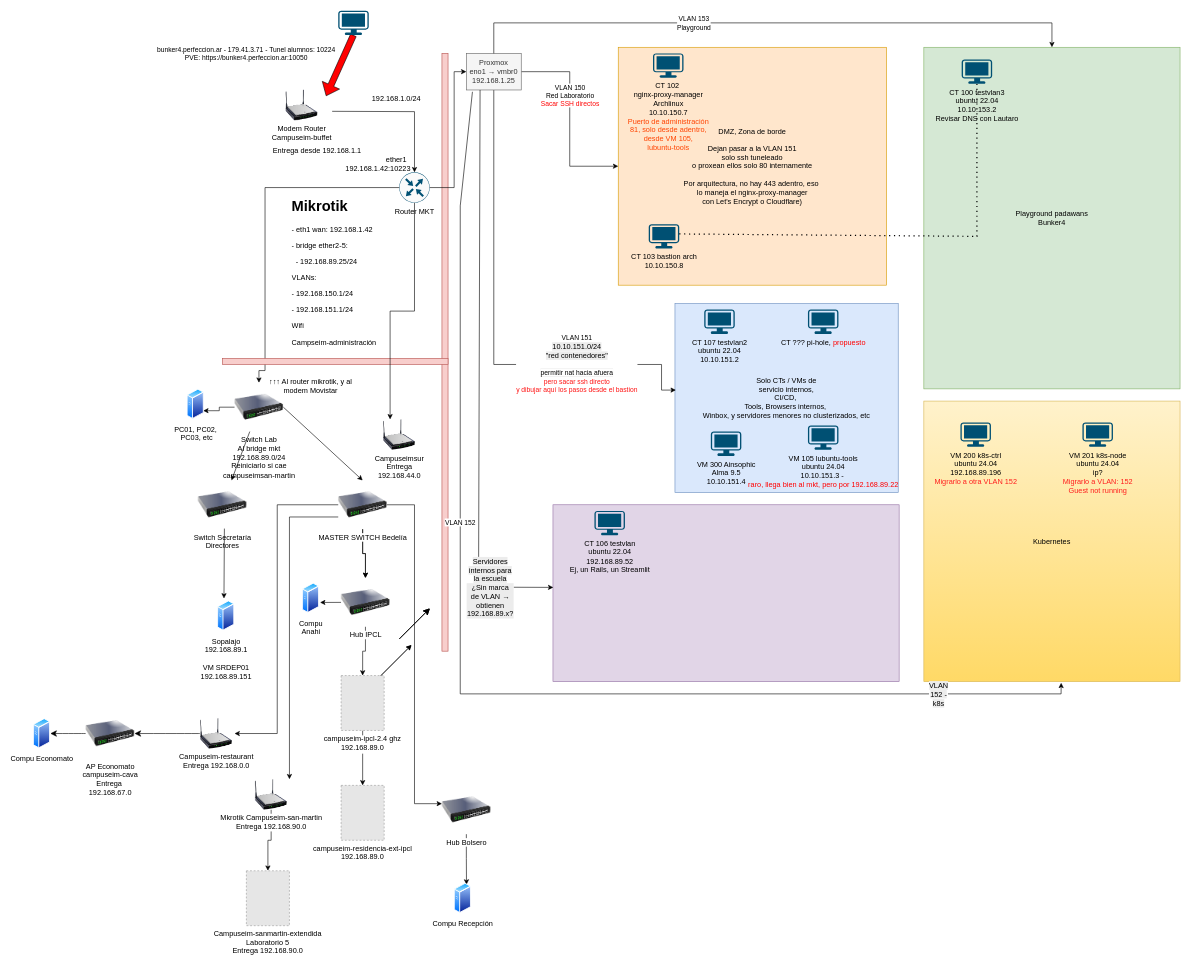
Earlier version of the draw.io diagram red proxmox.drawio (perfeccion-ar/infraestructura-clasica-y-avanzada). Source tidied: cells renumbered, new cells numbered last; positions are measured from the earlier drawing's top-left corner, leaving out a move shared by most shapes. Both pictures are drawn from the tidied source at 61%, with x=0, y=0 at pixel (33, 10). Pictures stored in the file or linked from it are replaced by grey dashed boxes.
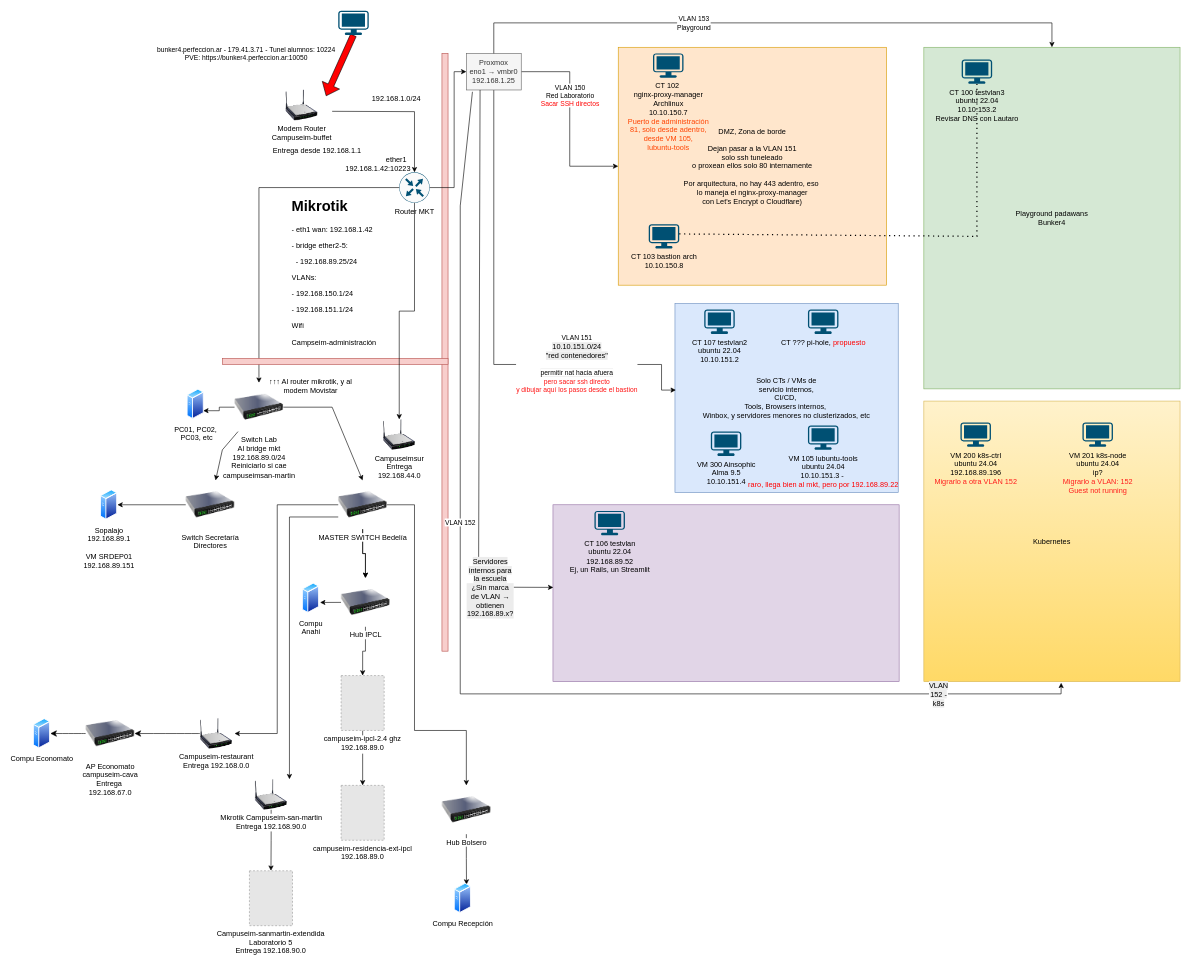
The same diagram, later.

Unchanged cells that the change refers to:
```xml
<mxCell id="8" value="Router MKT" style="sketch=0;points=[[0.5,0,0],[1,0.5,0],[0.5,1,0],[0,0.5,0],[0.145,0.145,0],[0.8555,0.145,0],[0.855,0.8555,0],[0.145,0.855,0]];verticalLabelPosition=bottom;html=1;verticalAlign=top;align=center;shape=mxgraph.cisco19.rect;prIcon=router;fillColor=#FAFAFA;strokeColor=#005073;" parent="1" vertex="1">
  <mxGeometry x="600" y="265" width="50" height="50" as="geometry" />
</mxCell>
<mxCell id="37" value="Campuseimsur&lt;div&gt;Entrega&lt;/div&gt;&lt;div&gt;192.168.44.0&lt;/div&gt;" style="image;html=1;image=img/lib/clip_art/networking/Wireless_Router_N_128x128.png;" parent="1" vertex="1">
  <mxGeometry x="570" y="670" width="60" height="50" as="geometry" />
</mxCell>
<mxCell id="41" value="Switch Lab&lt;div&gt;Al bridge mkt&lt;/div&gt;&lt;div&gt;192.168.89.0/24&lt;/div&gt;&lt;div&gt;Reiniciarlo si cae&lt;/div&gt;&lt;div&gt;campuseimsan-martin&lt;/div&gt;" style="image;html=1;image=img/lib/clip_art/networking/Switch_128x128.png;" parent="1" vertex="1">
  <mxGeometry x="330" y="610" width="80" height="80" as="geometry" />
</mxCell>
<mxCell id="50" value="MASTER SWITCH Bedelía" style="image;html=1;image=img/lib/clip_art/networking/Switch_128x128.png;" parent="1" vertex="1">
  <mxGeometry x="500" y="770" width="80" height="80" as="geometry" />
</mxCell>
<mxCell id="65" value="Hub Bolsero" style="image;html=1;image=img/lib/clip_art/networking/Switch_128x128.png;" parent="1" vertex="1">
  <mxGeometry x="670" y="1270" width="80" height="80" as="geometry" />
</mxCell>
```

What changed in the source:
```diff
@@
     <mxCell id="14" style="edgeStyle=orthogonalEdgeStyle;rounded=0;jettySize=auto;html=1;exitX=0;exitY=0.5;exitDx=0;exitDy=0;exitPerimeter=0;entryX=0.5;entryY=0;entryDx=0;entryDy=0;" parent="1" edge="1" source="8" target="41">
       <mxGeometry relative="1" as="geometry">
         <Array as="points">
-          <mxPoint x="380" y="290" />
-          <mxPoint x="380" y="590" />
-          <mxPoint x="370" y="590" />
+          <mxPoint x="370" y="290" />
         </Array>
       </mxGeometry>
     </mxCell>
@@
-    <mxCell id="40" style="edgeStyle=orthogonalEdgeStyle;rounded=0;jettySize=auto;html=1;exitX=0.5;exitY=1;exitDx=0;exitDy=0;entryX=0.25;entryY=0;entryDx=0;entryDy=0;exitPerimeter=0;" parent="1" edge="1" source="8" target="37">
+    <mxCell id="40" style="edgeStyle=orthogonalEdgeStyle;rounded=0;jettySize=auto;html=1;exitX=0.5;exitY=1;exitDx=0;exitDy=0;entryX=0.5;entryY=0;entryDx=0;entryDy=0;exitPerimeter=0;" parent="1" edge="1" source="8" target="37">
       <mxGeometry relative="1" as="geometry" />
     </mxCell>
@@
     <mxCell id="42" value="Sopalajo&lt;div&gt;&lt;font style=&quot;color: rgb(0, 0, 0);&quot;&gt;192.168.89.1&lt;/font&gt;&lt;/div&gt;&lt;div&gt;&lt;font style=&quot;color: rgb(0, 0, 0);&quot;&gt;&lt;br&gt;&lt;/font&gt;&lt;/div&gt;&lt;div&gt;&lt;font style=&quot;color: rgb(0, 0, 0);&quot;&gt;VM SRDEP01&lt;/font&gt;&lt;/div&gt;&lt;div&gt;&lt;font style=&quot;color: rgb(0, 0, 0);&quot;&gt;192.168.89.151&lt;/font&gt;&lt;/div&gt;" style="image;perimeter=ellipsePerimeter;html=1;align=center;shadow=0;dashed=0;spacingTop=3;image=img/lib/active_directory/generic_server.svg;" parent="1" vertex="1">
-      <mxGeometry x="302" y="967" width="28" height="50" as="geometry" />
+      <mxGeometry x="110" y="785" width="28" height="50" as="geometry" />
     </mxCell>
     <mxCell id="43" value="Switch Secretaría&lt;div&gt;Directores&lt;/div&gt;" style="image;html=1;image=img/lib/clip_art/networking/Switch_128x128.png;" parent="1" vertex="1">
-      <mxGeometry x="270" y="770" width="80" height="80" as="geometry" />
+      <mxGeometry x="250" y="770" width="80" height="80" as="geometry" />
     </mxCell>
     <mxCell id="44" style="endArrow=classic;html=1;rounded=0;" parent="1" edge="1" source="41" target="43">
-      <mxGeometry relative="1" as="geometry" />
+      <mxGeometry relative="1" as="geometry">
+        <Array as="points">
+          <mxPoint x="310" y="720" />
+        </Array>
+      </mxGeometry>
     </mxCell>
-    <mxCell id="45" style="endArrow=classic;html=1;rounded=0;exitX=0.542;exitY=0.988;exitDx=0;exitDy=0;exitPerimeter=0;entryX=0.381;entryY=-0.067;entryDx=0;entryDy=0;entryPerimeter=0;" parent="1" edge="1" source="43" target="42">
+    <mxCell id="45" style="endArrow=classic;html=1;rounded=0;exitX=0;exitY=0.5;exitDx=0;exitDy=0;entryX=1;entryY=0.5;entryDx=0;entryDy=0;" parent="1" edge="1" source="43" target="42">
       <mxGeometry relative="1" as="geometry" />
     </mxCell>
@@
     <mxCell id="51" style="endArrow=classic;html=1;rounded=0;exitX=1;exitY=0.5;exitDx=0;exitDy=0;entryX=0.5;entryY=0;entryDx=0;entryDy=0;" parent="1" edge="1" source="41" target="50">
-      <mxGeometry relative="1" as="geometry" />
+      <mxGeometry relative="1" as="geometry">
+        <Array as="points">
+          <mxPoint x="490" y="650" />
+        </Array>
+      </mxGeometry>
     </mxCell>
@@
-    <mxCell id="66" style="edgeStyle=orthogonalEdgeStyle;rounded=0;jettySize=auto;html=1;entryX=0;entryY=0.375;entryDx=0;entryDy=0;entryPerimeter=0;" parent="1" edge="1" source="50" target="65">
-      <mxGeometry relative="1" as="geometry" />
+    <mxCell id="66" style="edgeStyle=orthogonalEdgeStyle;rounded=0;jettySize=auto;html=1;entryX=0.5;entryY=0;entryDx=0;entryDy=0;" parent="1" edge="1" source="50" target="65">
+      <mxGeometry relative="1" as="geometry">
+        <Array as="points">
+          <mxPoint x="625" y="810" />
+          <mxPoint x="625" y="1180" />
+          <mxPoint x="710" y="1180" />
+        </Array>
+      </mxGeometry>
     </mxCell>
@@
     <mxCell id="70" value="Campuseim-sanmartin-extendida&#10;Laboratorio 5&#10;Entrega 192.168.90.0" style="fillColor=#E6E6E6;strokeColor=#999999;dashed=1;verticalLabelPosition=bottom;labelBackgroundColor=default;verticalAlign=top;" parent="1" vertex="1">
-      <mxGeometry x="349.4" y="1410" width="70.6" height="90" as="geometry" />
+      <mxGeometry x="354.4" y="1410" width="70.6" height="90" as="geometry" />
     </mxCell>
@@
-    <mxCell id="74" style="endArrow=classic;html=1;rounded=0;fontSize=12;startSize=8;endSize=8;curved=1;" parent="1" edge="1">
-      <mxGeometry relative="1" as="geometry">
-        <mxPoint x="600" y="1030" as="sourcePoint" />
-        <mxPoint x="650" y="980" as="targetPoint" />
-      </mxGeometry>
-    </mxCell>
@@
-    <mxCell id="78" style="endArrow=classic;html=1;rounded=0;fontSize=12;startSize=8;endSize=8;curved=1;" parent="1" edge="1">
-      <mxGeometry relative="1" as="geometry">
-        <mxPoint x="600" y="1030" as="sourcePoint" />
-        <mxPoint x="650" y="980" as="targetPoint" />
-      </mxGeometry>
-    </mxCell>
-    <mxCell id="79" style="endArrow=classic;html=1;rounded=0;fontSize=12;startSize=8;endSize=8;curved=1;" parent="1" edge="1">
-      <mxGeometry relative="1" as="geometry">
-        <mxPoint x="600" y="1030" as="sourcePoint" />
-        <mxPoint x="650" y="980" as="targetPoint" />
-      </mxGeometry>
-    </mxCell>
-    <mxCell id="80" style="endArrow=classic;html=1;rounded=0;" parent="1" edge="1">
-      <mxGeometry relative="1" as="geometry">
-        <mxPoint x="570" y="1090" as="sourcePoint" />
-        <mxPoint x="620" y="1040" as="targetPoint" />
-      </mxGeometry>
-    </mxCell>
-    <mxCell id="81" style="endArrow=classic;html=1;rounded=0;" parent="1" edge="1">
-      <mxGeometry relative="1" as="geometry">
-        <mxPoint x="570" y="1090" as="sourcePoint" />
-        <mxPoint x="620" y="1040" as="targetPoint" />
-      </mxGeometry>
-    </mxCell>
```
